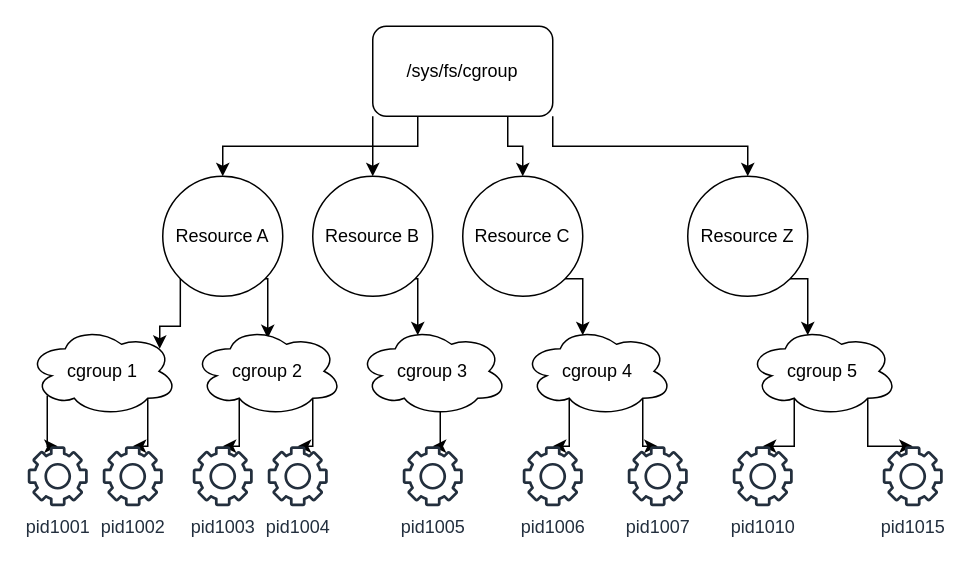
Above: cgroups.drawio in shailesh99/diagrams (draw.io), before the change. Source tidied: cells renumbered, new cells numbered last; positions are measured from the earlier drawing's top-left corner, leaving out a move shared by most shapes. Both pictures are drawn from the tidied source at 150%, with x=0, y=0 at pixel (27, 26).
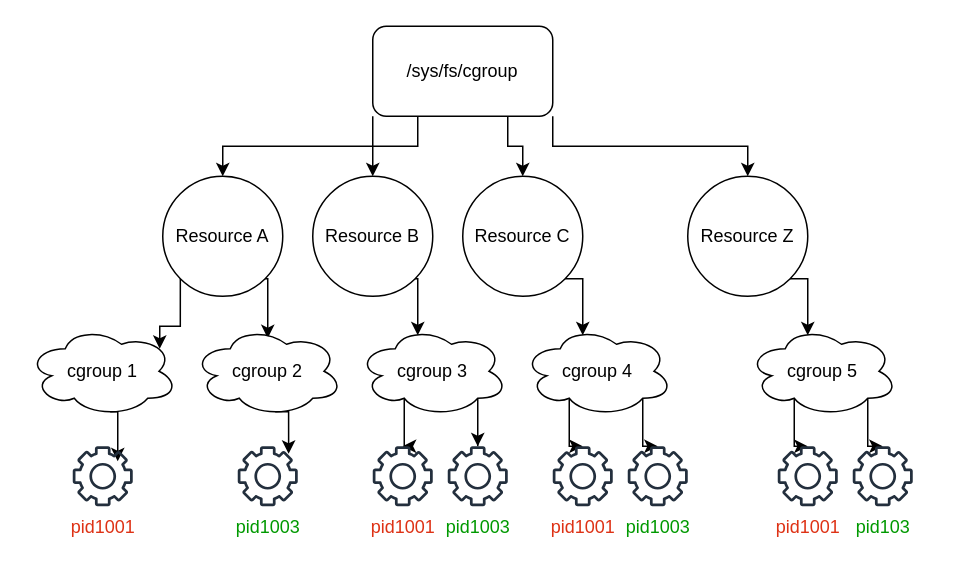
The same page after the edit.

Unchanged cells that the change refers to:
```xml
<mxCell id="18" value="cgroup 1" style="ellipse;shape=cloud;whiteSpace=wrap;html=1;" parent="1" vertex="1">
  <mxGeometry y="200" width="100" height="60" as="geometry" />
</mxCell>
<mxCell id="21" value="cgroup 2" style="ellipse;shape=cloud;whiteSpace=wrap;html=1;" parent="1" vertex="1">
  <mxGeometry x="110" y="200" width="100" height="60" as="geometry" />
</mxCell>
<mxCell id="23" value="cgroup 3" style="ellipse;shape=cloud;whiteSpace=wrap;html=1;" parent="1" vertex="1">
  <mxGeometry x="220" y="200" width="100" height="60" as="geometry" />
</mxCell>
<mxCell id="26" value="cgroup 4" style="ellipse;shape=cloud;whiteSpace=wrap;html=1;" parent="1" vertex="1">
  <mxGeometry x="330" y="200" width="100" height="60" as="geometry" />
</mxCell>
```

Change to the diagram source:
```diff
@@
-    <mxCell id="16" style="edgeStyle=orthogonalEdgeStyle;rounded=0;jettySize=auto;html=1;exitX=0.8;exitY=0.8;exitDx=0;exitDy=0;exitPerimeter=0;" parent="1" edge="1" source="18" target="38">
-      <mxGeometry relative="1" as="geometry" />
-    </mxCell>
-    <mxCell id="17" style="edgeStyle=orthogonalEdgeStyle;rounded=0;jettySize=auto;html=1;exitX=0.13;exitY=0.77;exitDx=0;exitDy=0;exitPerimeter=0;" parent="1" edge="1" source="18" target="30">
+    <mxCell id="17" style="edgeStyle=orthogonalEdgeStyle;rounded=0;jettySize=auto;html=1;exitX=0.55;exitY=0.95;exitDx=0;exitDy=0;exitPerimeter=0;entryX=0.75;entryY=0.25;entryDx=0;entryDy=0;entryPerimeter=0;fontColor=#009900;" parent="1" edge="1" source="18" target="30">
       <mxGeometry relative="1" as="geometry" />
     </mxCell>
@@
-    <mxCell id="19" style="edgeStyle=orthogonalEdgeStyle;rounded=0;jettySize=auto;html=1;exitX=0.31;exitY=0.8;exitDx=0;exitDy=0;exitPerimeter=0;" parent="1" edge="1" source="21" target="34">
-      <mxGeometry relative="1" as="geometry" />
-    </mxCell>
-    <mxCell id="20" style="edgeStyle=orthogonalEdgeStyle;rounded=0;jettySize=auto;html=1;exitX=0.8;exitY=0.8;exitDx=0;exitDy=0;exitPerimeter=0;" parent="1" edge="1" source="21" target="36">
-      <mxGeometry relative="1" as="geometry" />
-    </mxCell>
+    <mxCell id="39" style="edgeStyle=orthogonalEdgeStyle;rounded=0;jettySize=auto;html=1;exitX=0.55;exitY=0.95;exitDx=0;exitDy=0;exitPerimeter=0;entryX=0.848;entryY=0.126;entryDx=0;entryDy=0;entryPerimeter=0;fontColor=#009900;" parent="1" edge="1" source="21" target="44">
+      <mxGeometry relative="1" as="geometry" />
+    </mxCell>
@@
+    <mxCell id="40" style="edgeStyle=orthogonalEdgeStyle;rounded=0;jettySize=auto;html=1;exitX=0.8;exitY=0.8;exitDx=0;exitDy=0;exitPerimeter=0;fontColor=#009900;" parent="1" edge="1" source="23" target="42">
+      <mxGeometry relative="1" as="geometry" />
+    </mxCell>
-    <mxCell id="22" style="edgeStyle=orthogonalEdgeStyle;rounded=0;jettySize=auto;html=1;exitX=0.55;exitY=0.95;exitDx=0;exitDy=0;exitPerimeter=0;" parent="1" edge="1" source="23" target="37">
+    <mxCell id="22" style="edgeStyle=orthogonalEdgeStyle;rounded=0;jettySize=auto;html=1;exitX=0.31;exitY=0.8;exitDx=0;exitDy=0;exitPerimeter=0;fontColor=#009900;" parent="1" edge="1" source="23" target="37">
       <mxGeometry relative="1" as="geometry" />
     </mxCell>
@@
-    <mxCell id="24" style="edgeStyle=orthogonalEdgeStyle;rounded=0;jettySize=auto;html=1;exitX=0.31;exitY=0.8;exitDx=0;exitDy=0;exitPerimeter=0;" parent="1" edge="1" source="26" target="35">
-      <mxGeometry relative="1" as="geometry" />
-    </mxCell>
+    <mxCell id="41" style="edgeStyle=orthogonalEdgeStyle;rounded=0;jettySize=auto;html=1;exitX=0.8;exitY=0.8;exitDx=0;exitDy=0;exitPerimeter=0;fontColor=#009900;" parent="1" edge="1" source="26" target="43">
+      <mxGeometry relative="1" as="geometry" />
+    </mxCell>
-    <mxCell id="25" style="edgeStyle=orthogonalEdgeStyle;rounded=0;jettySize=auto;html=1;exitX=0.8;exitY=0.8;exitDx=0;exitDy=0;exitPerimeter=0;" parent="1" edge="1" source="26" target="31">
+    <mxCell id="25" style="edgeStyle=orthogonalEdgeStyle;rounded=0;jettySize=auto;html=1;exitX=0.31;exitY=0.8;exitDx=0;exitDy=0;exitPerimeter=0;fontColor=#009900;" parent="1" edge="1" source="26" target="31">
       <mxGeometry relative="1" as="geometry" />
     </mxCell>
@@
-    <mxCell id="30" value="pid1001" style="sketch=0;outlineConnect=0;fontColor=#232F3E;gradientColor=none;fillColor=#232F3D;strokeColor=none;dashed=0;verticalLabelPosition=bottom;verticalAlign=top;align=center;html=1;fontSize=12;fontStyle=0;shape=mxgraph.aws4.gear;" parent="1" vertex="1">
-      <mxGeometry y="280" width="40" height="40" as="geometry" />
+    <mxCell id="30" value="&lt;font color=&quot;#de3215&quot;&gt;pid1001&lt;/font&gt;" style="sketch=0;outlineConnect=0;fontColor=#232F3E;gradientColor=none;fillColor=#232F3D;strokeColor=none;dashed=0;verticalLabelPosition=bottom;verticalAlign=top;align=center;html=1;fontSize=12;fontStyle=0;shape=mxgraph.aws4.gear;" parent="1" vertex="1">
+      <mxGeometry x="30" y="280" width="40" height="40" as="geometry" />
     </mxCell>
-    <mxCell id="31" value="pid1007" style="sketch=0;outlineConnect=0;fontColor=#232F3E;gradientColor=none;fillColor=#232F3D;strokeColor=none;dashed=0;verticalLabelPosition=bottom;verticalAlign=top;align=center;html=1;fontSize=12;fontStyle=0;shape=mxgraph.aws4.gear;" parent="1" vertex="1">
-      <mxGeometry x="400" y="280" width="40" height="40" as="geometry" />
+    <mxCell id="31" value="&lt;font color=&quot;#de3215&quot;&gt;pid1001&lt;/font&gt;" style="sketch=0;outlineConnect=0;fontColor=#232F3E;gradientColor=none;fillColor=#232F3D;strokeColor=none;dashed=0;verticalLabelPosition=bottom;verticalAlign=top;align=center;html=1;fontSize=12;fontStyle=0;shape=mxgraph.aws4.gear;direction=north;" parent="1" vertex="1">
+      <mxGeometry x="350" y="280" width="40" height="40" as="geometry" />
     </mxCell>
-    <mxCell id="32" value="pid1010" style="sketch=0;outlineConnect=0;fontColor=#232F3E;gradientColor=none;fillColor=#232F3D;strokeColor=none;dashed=0;verticalLabelPosition=bottom;verticalAlign=top;align=center;html=1;fontSize=12;fontStyle=0;shape=mxgraph.aws4.gear;" parent="1" vertex="1">
-      <mxGeometry x="470" y="280" width="40" height="40" as="geometry" />
+    <mxCell id="32" value="&lt;font color=&quot;#de3215&quot;&gt;pid1001&lt;/font&gt;" style="sketch=0;outlineConnect=0;fontColor=#232F3E;gradientColor=none;fillColor=#232F3D;strokeColor=none;dashed=0;verticalLabelPosition=bottom;verticalAlign=top;align=center;html=1;fontSize=12;fontStyle=0;shape=mxgraph.aws4.gear;" parent="1" vertex="1">
+      <mxGeometry x="500" y="280" width="40" height="40" as="geometry" />
     </mxCell>
-    <mxCell id="33" value="pid1015" style="sketch=0;outlineConnect=0;fontColor=#232F3E;gradientColor=none;fillColor=#232F3D;strokeColor=none;dashed=0;verticalLabelPosition=bottom;verticalAlign=top;align=center;html=1;fontSize=12;fontStyle=0;shape=mxgraph.aws4.gear;" parent="1" vertex="1">
-      <mxGeometry x="570" y="280" width="40" height="40" as="geometry" />
+    <mxCell id="33" value="&lt;font color=&quot;#009900&quot;&gt;pid103&lt;/font&gt;" style="sketch=0;outlineConnect=0;fontColor=#232F3E;gradientColor=none;fillColor=#232F3D;strokeColor=none;dashed=0;verticalLabelPosition=bottom;verticalAlign=top;align=center;html=1;fontSize=12;fontStyle=0;shape=mxgraph.aws4.gear;" parent="1" vertex="1">
+      <mxGeometry x="550" y="280" width="40" height="40" as="geometry" />
     </mxCell>
-    <mxCell id="34" value="pid1003" style="sketch=0;outlineConnect=0;fontColor=#232F3E;gradientColor=none;fillColor=#232F3D;strokeColor=none;dashed=0;verticalLabelPosition=bottom;verticalAlign=top;align=center;html=1;fontSize=12;fontStyle=0;shape=mxgraph.aws4.gear;" parent="1" vertex="1">
-      <mxGeometry x="110" y="280" width="40" height="40" as="geometry" />
-    </mxCell>
-    <mxCell id="35" value="pid1006" style="sketch=0;outlineConnect=0;fontColor=#232F3E;gradientColor=none;fillColor=#232F3D;strokeColor=none;dashed=0;verticalLabelPosition=bottom;verticalAlign=top;align=center;html=1;fontSize=12;fontStyle=0;shape=mxgraph.aws4.gear;" parent="1" vertex="1">
-      <mxGeometry x="330" y="280" width="40" height="40" as="geometry" />
-    </mxCell>
-    <mxCell id="36" value="pid1004" style="sketch=0;outlineConnect=0;fontColor=#232F3E;gradientColor=none;fillColor=#232F3D;strokeColor=none;dashed=0;verticalLabelPosition=bottom;verticalAlign=top;align=center;html=1;fontSize=12;fontStyle=0;shape=mxgraph.aws4.gear;" parent="1" vertex="1">
-      <mxGeometry x="160" y="280" width="40" height="40" as="geometry" />
-    </mxCell>
-    <mxCell id="37" value="pid1005" style="sketch=0;outlineConnect=0;fontColor=#232F3E;gradientColor=none;fillColor=#232F3D;strokeColor=none;dashed=0;verticalLabelPosition=bottom;verticalAlign=top;align=center;html=1;fontSize=12;fontStyle=0;shape=mxgraph.aws4.gear;" parent="1" vertex="1">
-      <mxGeometry x="250" y="280" width="40" height="40" as="geometry" />
+    <mxCell id="37" value="&lt;font color=&quot;#de3215&quot;&gt;pid1001&lt;/font&gt;" style="sketch=0;outlineConnect=0;fontColor=#232F3E;gradientColor=none;fillColor=#232F3D;strokeColor=none;dashed=0;verticalLabelPosition=bottom;verticalAlign=top;align=center;html=1;fontSize=12;fontStyle=0;shape=mxgraph.aws4.gear;" parent="1" vertex="1">
+      <mxGeometry x="230" y="280" width="40" height="40" as="geometry" />
     </mxCell>
-    <mxCell id="38" value="pid1002" style="sketch=0;outlineConnect=0;fontColor=#232F3E;gradientColor=none;fillColor=#232F3D;strokeColor=none;dashed=0;verticalLabelPosition=bottom;verticalAlign=top;align=center;html=1;fontSize=12;fontStyle=0;shape=mxgraph.aws4.gear;" parent="1" vertex="1">
-      <mxGeometry x="50" y="280" width="40" height="40" as="geometry" />
-    </mxCell>
+    <mxCell id="42" value="&lt;font color=&quot;#009900&quot;&gt;pid1003&lt;/font&gt;" style="sketch=0;outlineConnect=0;fontColor=#232F3E;gradientColor=none;fillColor=#232F3D;strokeColor=none;dashed=0;verticalLabelPosition=bottom;verticalAlign=top;align=center;html=1;fontSize=12;fontStyle=0;shape=mxgraph.aws4.gear;" parent="1" vertex="1">
+      <mxGeometry x="280" y="280" width="40" height="40" as="geometry" />
+    </mxCell>
+    <mxCell id="43" value="&lt;font color=&quot;#009900&quot;&gt;pid1003&lt;/font&gt;" style="sketch=0;outlineConnect=0;fontColor=#232F3E;gradientColor=none;fillColor=#232F3D;strokeColor=none;dashed=0;verticalLabelPosition=bottom;verticalAlign=top;align=center;html=1;fontSize=12;fontStyle=0;shape=mxgraph.aws4.gear;" parent="1" vertex="1">
+      <mxGeometry x="400" y="280" width="40" height="40" as="geometry" />
+    </mxCell>
+    <mxCell id="44" value="&lt;font color=&quot;#009900&quot;&gt;pid1003&lt;/font&gt;" style="sketch=0;outlineConnect=0;fontColor=#232F3E;gradientColor=none;fillColor=#232F3D;strokeColor=none;dashed=0;verticalLabelPosition=bottom;verticalAlign=top;align=center;html=1;fontSize=12;fontStyle=0;shape=mxgraph.aws4.gear;" parent="1" vertex="1">
+      <mxGeometry x="140" y="280" width="40" height="40" as="geometry" />
+    </mxCell>
```
